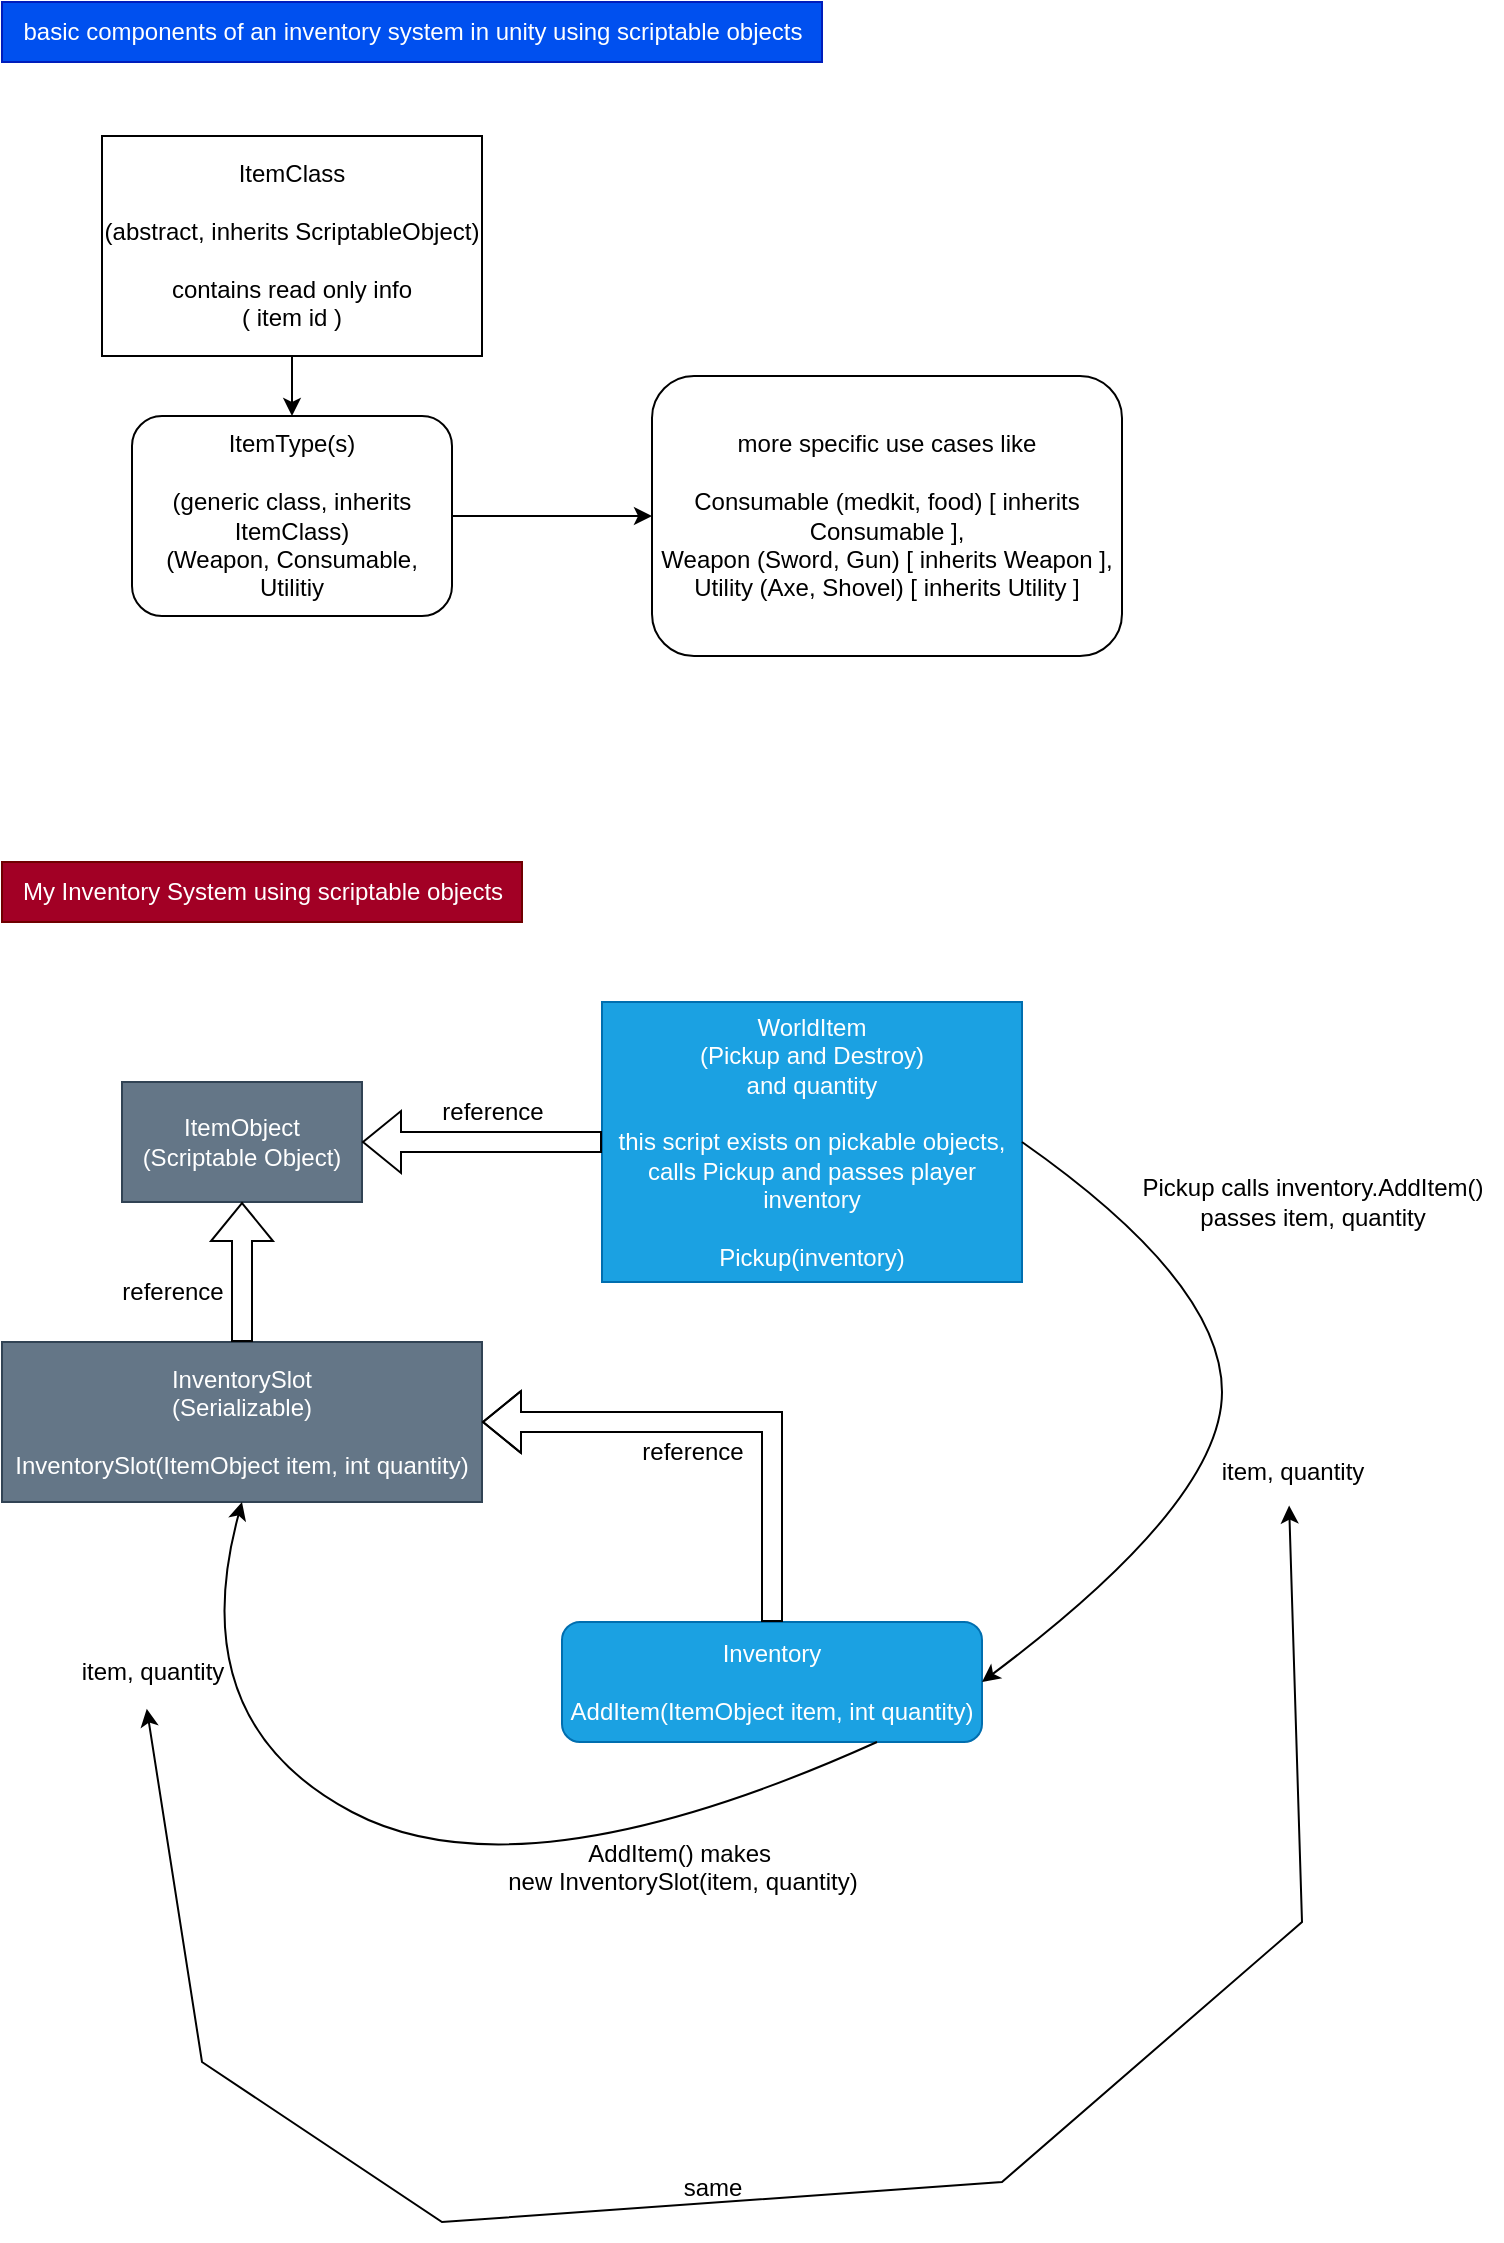
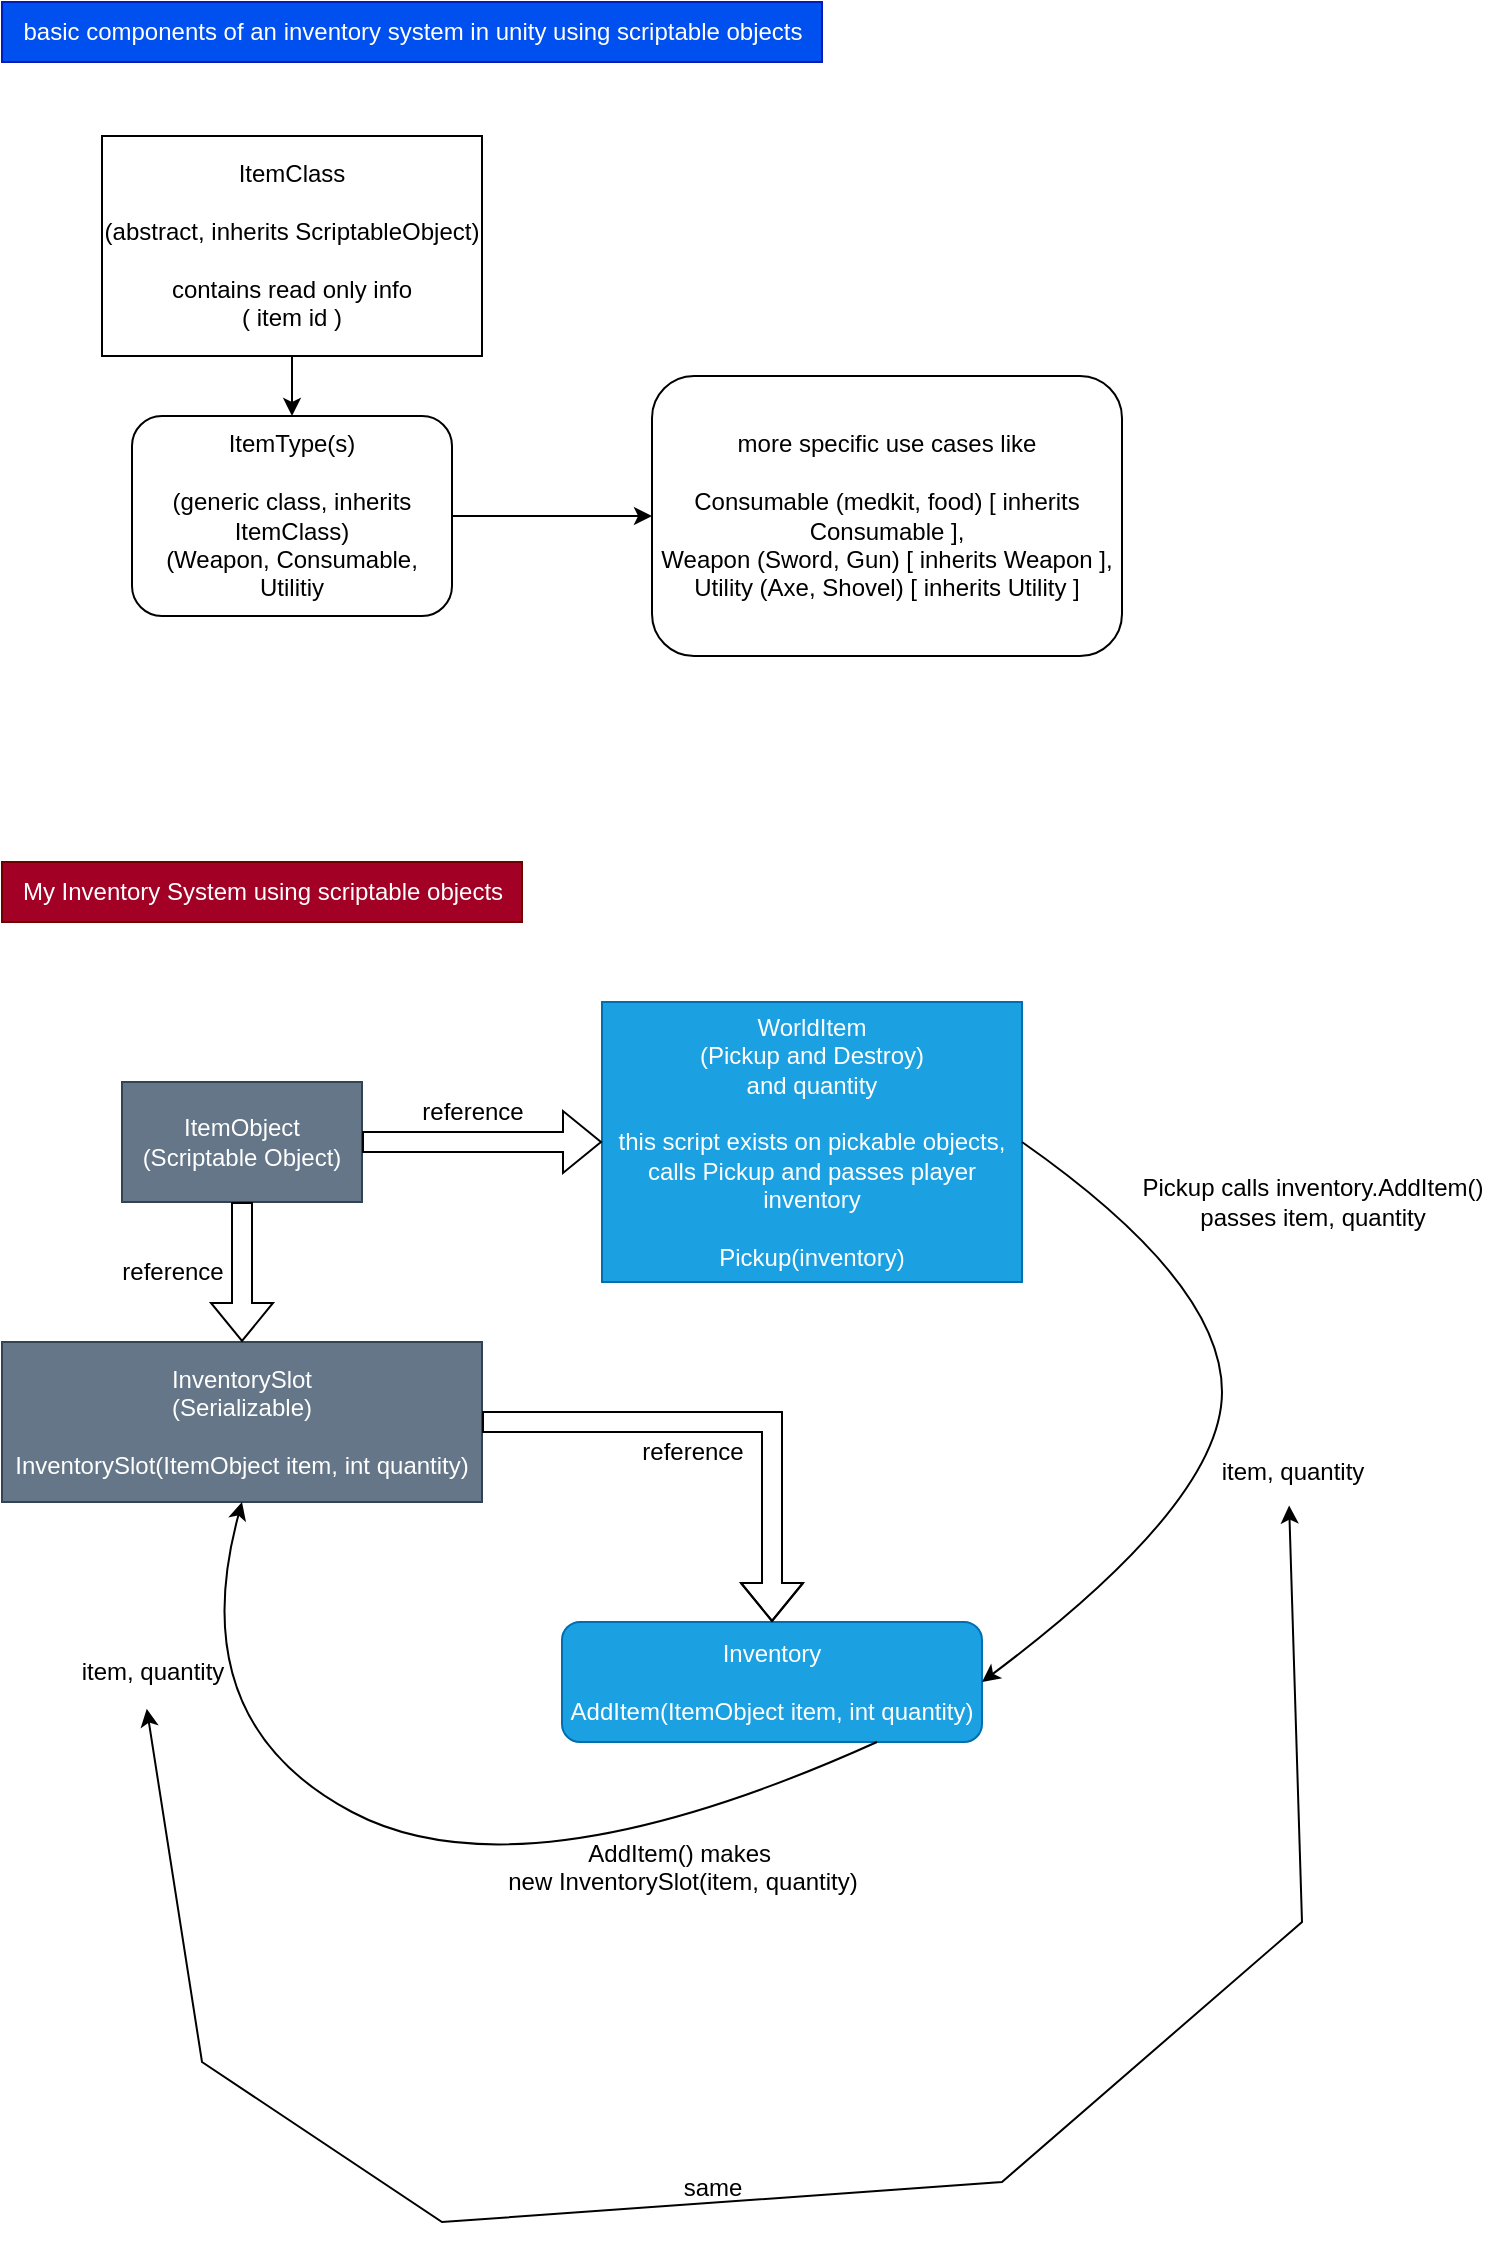
- <mxfile host="Electron" modified="2026-05-01T07:08:59.275Z" agent="Mozilla/5.0 (Windows NT 10.0; Win64; x64) AppleWebKit/537.36 (KHTML, like Gecko) draw.io/24.1.0 Chrome/120.0.6099.109 Electron/28.1.0 Safari/537.36" etag="7qhHk-SBYAgnQ-C6FimP" version="24.1.0" type="device">
+ <mxfile host="Electron" modified="2026-05-06T20:49:56.314Z" agent="Mozilla/5.0 (Windows NT 10.0; Win64; x64) AppleWebKit/537.36 (KHTML, like Gecko) draw.io/24.1.0 Chrome/120.0.6099.109 Electron/28.1.0 Safari/537.36" etag="TuceHIIFCqivHlhw6z_u" version="24.1.0" type="device">
  <diagram name="Page-1" id="lmBNm8ILlNwPXOYWTATL">
-     <mxGraphModel dx="1202" dy="753" grid="1" gridSize="10" guides="1" tooltips="1" connect="1" arrows="1" fold="1" page="1" pageScale="1" pageWidth="3300" pageHeight="4681" math="0" shadow="0">
+     <mxGraphModel dx="1024" dy="640" grid="1" gridSize="10" guides="1" tooltips="1" connect="1" arrows="1" fold="1" page="1" pageScale="1" pageWidth="3300" pageHeight="4681" math="0" shadow="0">
      <root>
        <mxCell id="0" />
        <mxCell id="1" parent="0" />
-         <mxCell id="73hYVN1hU9ZxiktJLewI-1" value="basic components of an inventory system in unity using scriptable objects" style="text;html=1;align=center;verticalAlign=middle;resizable=0;points=[];autosize=1;fillColor=#0050ef;fontColor=#ffffff;strokeColor=#001DBC;" vertex="1" parent="1">
+         <mxCell id="73hYVN1hU9ZxiktJLewI-1" value="basic components of an inventory system in unity using scriptable objects" style="text;html=1;align=center;verticalAlign=middle;resizable=0;points=[];autosize=1;fillColor=#0050ef;fontColor=#ffffff;strokeColor=#001DBC;" parent="1" vertex="1">
          <mxGeometry x="70" y="20" width="410" height="30" as="geometry" />
        </mxCell>
-         <mxCell id="73hYVN1hU9ZxiktJLewI-65" style="edgeStyle=orthogonalEdgeStyle;rounded=0;orthogonalLoop=1;jettySize=auto;html=1;" edge="1" parent="1" source="73hYVN1hU9ZxiktJLewI-2" target="73hYVN1hU9ZxiktJLewI-3">
+         <mxCell id="73hYVN1hU9ZxiktJLewI-65" style="edgeStyle=orthogonalEdgeStyle;rounded=0;orthogonalLoop=1;jettySize=auto;html=1;" parent="1" source="73hYVN1hU9ZxiktJLewI-2" target="73hYVN1hU9ZxiktJLewI-3" edge="1">
          <mxGeometry relative="1" as="geometry" />
        </mxCell>
-         <mxCell id="73hYVN1hU9ZxiktJLewI-2" value="ItemClass&lt;br&gt;&lt;br&gt;(abstract, inherits ScriptableObject)&lt;div&gt;&lt;br&gt;&lt;/div&gt;&lt;div&gt;contains read only info&lt;br&gt;( item id )&lt;/div&gt;" style="whiteSpace=wrap;html=1;" vertex="1" parent="1">
+         <mxCell id="73hYVN1hU9ZxiktJLewI-2" value="ItemClass&lt;br&gt;&lt;br&gt;(abstract, inherits ScriptableObject)&lt;div&gt;&lt;br&gt;&lt;/div&gt;&lt;div&gt;contains read only info&lt;br&gt;( item id )&lt;/div&gt;" style="whiteSpace=wrap;html=1;" parent="1" vertex="1">
          <mxGeometry x="120" y="87" width="190" height="110" as="geometry" />
        </mxCell>
-         <mxCell id="73hYVN1hU9ZxiktJLewI-68" value="" style="edgeStyle=orthogonalEdgeStyle;rounded=0;orthogonalLoop=1;jettySize=auto;html=1;" edge="1" parent="1" source="73hYVN1hU9ZxiktJLewI-3" target="73hYVN1hU9ZxiktJLewI-67">
+         <mxCell id="73hYVN1hU9ZxiktJLewI-68" value="" style="edgeStyle=orthogonalEdgeStyle;rounded=0;orthogonalLoop=1;jettySize=auto;html=1;" parent="1" source="73hYVN1hU9ZxiktJLewI-3" target="73hYVN1hU9ZxiktJLewI-67" edge="1">
          <mxGeometry relative="1" as="geometry" />
        </mxCell>
-         <mxCell id="73hYVN1hU9ZxiktJLewI-3" value="ItemType(s)&lt;div&gt;&lt;br&gt;(generic class, inherits ItemClass)&lt;br&gt;(Weapon, Consumable, Utilitiy&lt;/div&gt;" style="rounded=1;whiteSpace=wrap;html=1;" vertex="1" parent="1">
+         <mxCell id="73hYVN1hU9ZxiktJLewI-3" value="ItemType(s)&lt;div&gt;&lt;br&gt;(generic class, inherits ItemClass)&lt;br&gt;(Weapon, Consumable, Utilitiy&lt;/div&gt;" style="rounded=1;whiteSpace=wrap;html=1;" parent="1" vertex="1">
          <mxGeometry x="135" y="227" width="160" height="100" as="geometry" />
        </mxCell>
-         <mxCell id="73hYVN1hU9ZxiktJLewI-67" value="more specific use cases like&lt;br&gt;&lt;br&gt;Consumable (medkit, food) [ inherits Consumable ],&lt;br&gt;Weapon (Sword, Gun) [ inherits Weapon ],&lt;br&gt;Utility (Axe, Shovel) [ inherits Utility ]" style="whiteSpace=wrap;html=1;rounded=1;" vertex="1" parent="1">
+         <mxCell id="73hYVN1hU9ZxiktJLewI-67" value="more specific use cases like&lt;br&gt;&lt;br&gt;Consumable (medkit, food) [ inherits Consumable ],&lt;br&gt;Weapon (Sword, Gun) [ inherits Weapon ],&lt;br&gt;Utility (Axe, Shovel) [ inherits Utility ]" style="whiteSpace=wrap;html=1;rounded=1;" parent="1" vertex="1">
          <mxGeometry x="395" y="207" width="235" height="140" as="geometry" />
        </mxCell>
-         <mxCell id="73hYVN1hU9ZxiktJLewI-106" value="ItemObject&lt;br&gt;(Scriptable Object)" style="whiteSpace=wrap;html=1;fillColor=#647687;fontColor=#ffffff;strokeColor=#314354;" vertex="1" parent="1">
+         <mxCell id="73hYVN1hU9ZxiktJLewI-106" value="ItemObject&lt;br&gt;(Scriptable Object)" style="whiteSpace=wrap;html=1;fillColor=#647687;fontColor=#ffffff;strokeColor=#314354;" parent="1" vertex="1">
          <mxGeometry x="130" y="560" width="120" height="60" as="geometry" />
        </mxCell>
-         <mxCell id="73hYVN1hU9ZxiktJLewI-108" value="Inventory&lt;div&gt;&lt;br&gt;&lt;div&gt;AddItem(ItemObject item, int quantity)&lt;/div&gt;&lt;/div&gt;" style="rounded=1;whiteSpace=wrap;html=1;fillColor=#1ba1e2;fontColor=#ffffff;strokeColor=#006EAF;" vertex="1" parent="1">
+         <mxCell id="73hYVN1hU9ZxiktJLewI-108" value="Inventory&lt;div&gt;&lt;br&gt;&lt;div&gt;AddItem(ItemObject item, int quantity)&lt;/div&gt;&lt;/div&gt;" style="rounded=1;whiteSpace=wrap;html=1;fillColor=#1ba1e2;fontColor=#ffffff;strokeColor=#006EAF;" parent="1" vertex="1">
          <mxGeometry x="350" y="830" width="210" height="60" as="geometry" />
        </mxCell>
-         <mxCell id="73hYVN1hU9ZxiktJLewI-109" value="InventorySlot&lt;div&gt;(Serializable)&lt;/div&gt;&lt;div&gt;&lt;br&gt;&lt;/div&gt;&lt;div&gt;InventorySlot(ItemObject item, int quantity)&lt;/div&gt;" style="whiteSpace=wrap;html=1;fillColor=#647687;fontColor=#ffffff;strokeColor=#314354;" vertex="1" parent="1">
+         <mxCell id="73hYVN1hU9ZxiktJLewI-109" value="InventorySlot&lt;div&gt;(Serializable)&lt;/div&gt;&lt;div&gt;&lt;br&gt;&lt;/div&gt;&lt;div&gt;InventorySlot(ItemObject item, int quantity)&lt;/div&gt;" style="whiteSpace=wrap;html=1;fillColor=#647687;fontColor=#ffffff;strokeColor=#314354;" parent="1" vertex="1">
          <mxGeometry x="70" y="690" width="240" height="80" as="geometry" />
        </mxCell>
-         <mxCell id="73hYVN1hU9ZxiktJLewI-110" value="WorldItem&lt;div&gt;(Pickup and Destroy)&lt;/div&gt;&lt;div&gt;and quantity&lt;/div&gt;&lt;div&gt;&lt;br&gt;&lt;/div&gt;&lt;div&gt;this script exists on pickable objects, calls Pickup and passes player inventory&lt;/div&gt;&lt;div&gt;&lt;br&gt;&lt;/div&gt;&lt;div&gt;Pickup(inventory)&lt;/div&gt;" style="whiteSpace=wrap;html=1;fillColor=#1ba1e2;fontColor=#ffffff;strokeColor=#006EAF;" vertex="1" parent="1">
+         <mxCell id="73hYVN1hU9ZxiktJLewI-110" value="WorldItem&lt;div&gt;(Pickup and Destroy)&lt;/div&gt;&lt;div&gt;and quantity&lt;/div&gt;&lt;div&gt;&lt;br&gt;&lt;/div&gt;&lt;div&gt;this script exists on pickable objects, calls Pickup and passes player inventory&lt;/div&gt;&lt;div&gt;&lt;br&gt;&lt;/div&gt;&lt;div&gt;Pickup(inventory)&lt;/div&gt;" style="whiteSpace=wrap;html=1;fillColor=#1ba1e2;fontColor=#ffffff;strokeColor=#006EAF;" parent="1" vertex="1">
          <mxGeometry x="370" y="520" width="210" height="140" as="geometry" />
        </mxCell>
-         <mxCell id="73hYVN1hU9ZxiktJLewI-113" value="" style="shape=flexArrow;endArrow=classic;html=1;rounded=0;entryX=1;entryY=0.5;entryDx=0;entryDy=0;exitX=0;exitY=0.5;exitDx=0;exitDy=0;" edge="1" parent="1" source="73hYVN1hU9ZxiktJLewI-110" target="73hYVN1hU9ZxiktJLewI-106">
+         <mxCell id="73hYVN1hU9ZxiktJLewI-113" value="" style="shape=flexArrow;endArrow=classic;html=1;rounded=0;exitX=1;exitY=0.5;exitDx=0;exitDy=0;entryX=0;entryY=0.5;entryDx=0;entryDy=0;" parent="1" source="73hYVN1hU9ZxiktJLewI-106" target="73hYVN1hU9ZxiktJLewI-110" edge="1">
          <mxGeometry width="50" height="50" relative="1" as="geometry">
            <mxPoint x="300" y="660" as="sourcePoint" />
-             <mxPoint x="420" y="610" as="targetPoint" />
+             <mxPoint x="290" y="640" as="targetPoint" />
          </mxGeometry>
        </mxCell>
-         <mxCell id="73hYVN1hU9ZxiktJLewI-114" value="reference" style="text;html=1;align=center;verticalAlign=middle;resizable=0;points=[];autosize=1;strokeColor=none;fillColor=none;" vertex="1" parent="1">
-           <mxGeometry x="280" y="560" width="70" height="30" as="geometry" />
+         <mxCell id="73hYVN1hU9ZxiktJLewI-114" value="reference" style="text;html=1;align=center;verticalAlign=middle;resizable=0;points=[];autosize=1;strokeColor=none;fillColor=none;" parent="1" vertex="1">
+           <mxGeometry x="270" y="560" width="70" height="30" as="geometry" />
        </mxCell>
-         <mxCell id="73hYVN1hU9ZxiktJLewI-115" value="" style="curved=1;endArrow=classic;html=1;rounded=0;exitX=1;exitY=0.5;exitDx=0;exitDy=0;entryX=1;entryY=0.5;entryDx=0;entryDy=0;" edge="1" parent="1" source="73hYVN1hU9ZxiktJLewI-110" target="73hYVN1hU9ZxiktJLewI-108">
+         <mxCell id="73hYVN1hU9ZxiktJLewI-115" value="" style="curved=1;endArrow=classic;html=1;rounded=0;exitX=1;exitY=0.5;exitDx=0;exitDy=0;entryX=1;entryY=0.5;entryDx=0;entryDy=0;" parent="1" source="73hYVN1hU9ZxiktJLewI-110" target="73hYVN1hU9ZxiktJLewI-108" edge="1">
          <mxGeometry width="50" height="50" relative="1" as="geometry">
            <mxPoint x="340" y="720" as="sourcePoint" />
            <mxPoint x="390" y="670" as="targetPoint" />
            <Array as="points">
              <mxPoint x="680" y="660" />
              <mxPoint x="680" y="770" />
            </Array>
          </mxGeometry>
        </mxCell>
-         <mxCell id="73hYVN1hU9ZxiktJLewI-116" value="Pickup calls inventory.AddItem()&lt;div&gt;passes item, quantity&lt;/div&gt;" style="text;html=1;align=center;verticalAlign=middle;resizable=0;points=[];autosize=1;strokeColor=none;fillColor=none;" vertex="1" parent="1">
+         <mxCell id="73hYVN1hU9ZxiktJLewI-116" value="Pickup calls inventory.AddItem()&lt;div&gt;passes item, quantity&lt;/div&gt;" style="text;html=1;align=center;verticalAlign=middle;resizable=0;points=[];autosize=1;strokeColor=none;fillColor=none;" parent="1" vertex="1">
          <mxGeometry x="630" y="600" width="190" height="40" as="geometry" />
        </mxCell>
-         <mxCell id="73hYVN1hU9ZxiktJLewI-117" value="item, quantity" style="text;html=1;align=center;verticalAlign=middle;resizable=0;points=[];autosize=1;strokeColor=none;fillColor=none;" vertex="1" parent="1">
+         <mxCell id="73hYVN1hU9ZxiktJLewI-117" value="item, quantity" style="text;html=1;align=center;verticalAlign=middle;resizable=0;points=[];autosize=1;strokeColor=none;fillColor=none;" parent="1" vertex="1">
          <mxGeometry x="670" y="740" width="90" height="30" as="geometry" />
        </mxCell>
-         <mxCell id="73hYVN1hU9ZxiktJLewI-118" value="" style="shape=flexArrow;endArrow=classic;html=1;rounded=0;exitX=0.5;exitY=0;exitDx=0;exitDy=0;entryX=0.5;entryY=1;entryDx=0;entryDy=0;" edge="1" parent="1" source="73hYVN1hU9ZxiktJLewI-109" target="73hYVN1hU9ZxiktJLewI-106">
+         <mxCell id="73hYVN1hU9ZxiktJLewI-118" value="" style="shape=flexArrow;endArrow=classic;html=1;rounded=0;exitX=0.5;exitY=1;exitDx=0;exitDy=0;entryX=0.5;entryY=0;entryDx=0;entryDy=0;" parent="1" source="73hYVN1hU9ZxiktJLewI-106" target="73hYVN1hU9ZxiktJLewI-109" edge="1">
          <mxGeometry width="50" height="50" relative="1" as="geometry">
            <mxPoint x="320" y="690" as="sourcePoint" />
-             <mxPoint x="410" y="640" as="targetPoint" />
+             <mxPoint x="240" y="650" as="targetPoint" />
          </mxGeometry>
        </mxCell>
-         <mxCell id="73hYVN1hU9ZxiktJLewI-119" value="reference" style="text;html=1;align=center;verticalAlign=middle;resizable=0;points=[];autosize=1;strokeColor=none;fillColor=none;" vertex="1" parent="1">
-           <mxGeometry x="120" y="650" width="70" height="30" as="geometry" />
+         <mxCell id="73hYVN1hU9ZxiktJLewI-119" value="reference" style="text;html=1;align=center;verticalAlign=middle;resizable=0;points=[];autosize=1;strokeColor=none;fillColor=none;" parent="1" vertex="1">
+           <mxGeometry x="120" y="640" width="70" height="30" as="geometry" />
        </mxCell>
-         <mxCell id="73hYVN1hU9ZxiktJLewI-120" value="" style="shape=flexArrow;endArrow=classic;html=1;rounded=0;exitX=0.5;exitY=0;exitDx=0;exitDy=0;entryX=1;entryY=0.5;entryDx=0;entryDy=0;" edge="1" parent="1" source="73hYVN1hU9ZxiktJLewI-108" target="73hYVN1hU9ZxiktJLewI-109">
+         <mxCell id="73hYVN1hU9ZxiktJLewI-120" value="" style="shape=flexArrow;endArrow=classic;html=1;rounded=0;exitX=1;exitY=0.5;exitDx=0;exitDy=0;entryX=0.5;entryY=0;entryDx=0;entryDy=0;" parent="1" source="73hYVN1hU9ZxiktJLewI-109" target="73hYVN1hU9ZxiktJLewI-108" edge="1">
          <mxGeometry width="50" height="50" relative="1" as="geometry">
            <mxPoint x="310" y="800" as="sourcePoint" />
-             <mxPoint x="360" y="750" as="targetPoint" />
+             <mxPoint x="340" y="820" as="targetPoint" />
            <Array as="points">
              <mxPoint x="455" y="730" />
            </Array>
          </mxGeometry>
        </mxCell>
-         <mxCell id="73hYVN1hU9ZxiktJLewI-121" value="reference" style="text;html=1;align=center;verticalAlign=middle;resizable=0;points=[];autosize=1;strokeColor=none;fillColor=none;" vertex="1" parent="1">
+         <mxCell id="73hYVN1hU9ZxiktJLewI-121" value="reference" style="text;html=1;align=center;verticalAlign=middle;resizable=0;points=[];autosize=1;strokeColor=none;fillColor=none;" parent="1" vertex="1">
          <mxGeometry x="380" y="730" width="70" height="30" as="geometry" />
        </mxCell>
-         <mxCell id="73hYVN1hU9ZxiktJLewI-122" value="" style="curved=1;endArrow=classic;html=1;rounded=0;exitX=0.75;exitY=1;exitDx=0;exitDy=0;entryX=0.5;entryY=1;entryDx=0;entryDy=0;" edge="1" parent="1" source="73hYVN1hU9ZxiktJLewI-108" target="73hYVN1hU9ZxiktJLewI-109">
+         <mxCell id="73hYVN1hU9ZxiktJLewI-122" value="" style="curved=1;endArrow=classic;html=1;rounded=0;exitX=0.75;exitY=1;exitDx=0;exitDy=0;entryX=0.5;entryY=1;entryDx=0;entryDy=0;" parent="1" source="73hYVN1hU9ZxiktJLewI-108" target="73hYVN1hU9ZxiktJLewI-109" edge="1">
          <mxGeometry width="50" height="50" relative="1" as="geometry">
            <mxPoint x="280" y="850" as="sourcePoint" />
            <mxPoint x="330" y="800" as="targetPoint" />
            <Array as="points">
              <mxPoint x="330" y="970" />
              <mxPoint x="160" y="880" />
            </Array>
          </mxGeometry>
        </mxCell>
-         <mxCell id="73hYVN1hU9ZxiktJLewI-123" value="AddItem() makes&amp;nbsp;&lt;div&gt;new InventorySlot(item, quantity)&lt;div&gt;&lt;br&gt;&lt;/div&gt;&lt;/div&gt;" style="text;html=1;align=center;verticalAlign=middle;resizable=0;points=[];autosize=1;strokeColor=none;fillColor=none;" vertex="1" parent="1">
+         <mxCell id="73hYVN1hU9ZxiktJLewI-123" value="AddItem() makes&amp;nbsp;&lt;div&gt;new InventorySlot(item, quantity)&lt;div&gt;&lt;br&gt;&lt;/div&gt;&lt;/div&gt;" style="text;html=1;align=center;verticalAlign=middle;resizable=0;points=[];autosize=1;strokeColor=none;fillColor=none;" parent="1" vertex="1">
          <mxGeometry x="310" y="930" width="200" height="60" as="geometry" />
        </mxCell>
-         <mxCell id="73hYVN1hU9ZxiktJLewI-125" value="item, quantity" style="text;html=1;align=center;verticalAlign=middle;resizable=0;points=[];autosize=1;strokeColor=none;fillColor=none;" vertex="1" parent="1">
+         <mxCell id="73hYVN1hU9ZxiktJLewI-125" value="item, quantity" style="text;html=1;align=center;verticalAlign=middle;resizable=0;points=[];autosize=1;strokeColor=none;fillColor=none;" parent="1" vertex="1">
          <mxGeometry x="100" y="840" width="90" height="30" as="geometry" />
        </mxCell>
-         <mxCell id="73hYVN1hU9ZxiktJLewI-128" value="My Inventory System using scriptable objects" style="text;html=1;align=center;verticalAlign=middle;resizable=0;points=[];autosize=1;strokeColor=#6F0000;fillColor=#a20025;fontColor=#ffffff;" vertex="1" parent="1">
+         <mxCell id="73hYVN1hU9ZxiktJLewI-128" value="My Inventory System using scriptable objects" style="text;html=1;align=center;verticalAlign=middle;resizable=0;points=[];autosize=1;strokeColor=#6F0000;fillColor=#a20025;fontColor=#ffffff;" parent="1" vertex="1">
          <mxGeometry x="70" y="450" width="260" height="30" as="geometry" />
        </mxCell>
-         <mxCell id="73hYVN1hU9ZxiktJLewI-130" value="" style="endArrow=classic;startArrow=classic;html=1;rounded=0;exitX=0.471;exitY=1.113;exitDx=0;exitDy=0;exitPerimeter=0;entryX=0.484;entryY=1.06;entryDx=0;entryDy=0;entryPerimeter=0;" edge="1" parent="1" source="73hYVN1hU9ZxiktJLewI-125" target="73hYVN1hU9ZxiktJLewI-117">
+         <mxCell id="73hYVN1hU9ZxiktJLewI-130" value="" style="endArrow=classic;startArrow=classic;html=1;rounded=0;exitX=0.471;exitY=1.113;exitDx=0;exitDy=0;exitPerimeter=0;entryX=0.484;entryY=1.06;entryDx=0;entryDy=0;entryPerimeter=0;" parent="1" source="73hYVN1hU9ZxiktJLewI-125" target="73hYVN1hU9ZxiktJLewI-117" edge="1">
          <mxGeometry width="50" height="50" relative="1" as="geometry">
            <mxPoint x="140" y="960" as="sourcePoint" />
            <mxPoint x="550" y="940" as="targetPoint" />
            <Array as="points">
              <mxPoint x="170" y="1050" />
              <mxPoint x="290" y="1130" />
              <mxPoint x="570" y="1110" />
              <mxPoint x="720" y="980" />
            </Array>
          </mxGeometry>
        </mxCell>
-         <mxCell id="73hYVN1hU9ZxiktJLewI-131" value="same" style="text;html=1;align=center;verticalAlign=middle;resizable=0;points=[];autosize=1;strokeColor=none;fillColor=none;" vertex="1" parent="1">
+         <mxCell id="73hYVN1hU9ZxiktJLewI-131" value="same" style="text;html=1;align=center;verticalAlign=middle;resizable=0;points=[];autosize=1;strokeColor=none;fillColor=none;" parent="1" vertex="1">
          <mxGeometry x="400" y="1098" width="50" height="30" as="geometry" />
        </mxCell>
      </root>
    </mxGraphModel>
  </diagram>
</mxfile>
